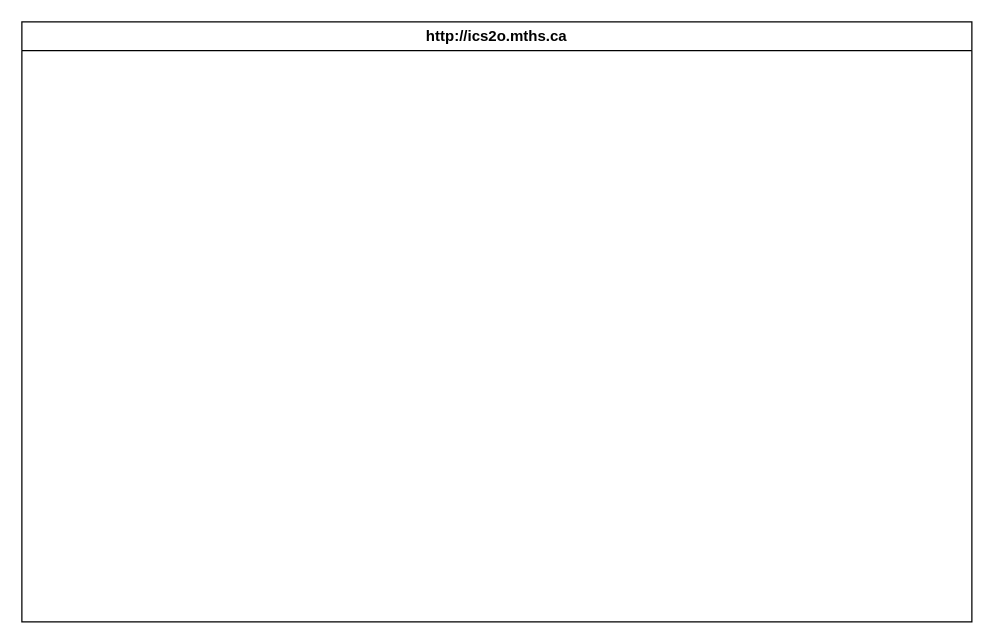
Before: design/storyboard.drawio in MTHS-ICD2O-1-2023/ICD2O-Unit-5-06-George-Khalil-29, a draw.io diagram. Source tidied: cells renumbered, new cells numbered last; positions are measured from the earlier drawing's top-left corner, leaving out a move shared by most shapes. Both pictures are drawn from the tidied source at 125%, with x=0, y=0 at pixel (21, 21).
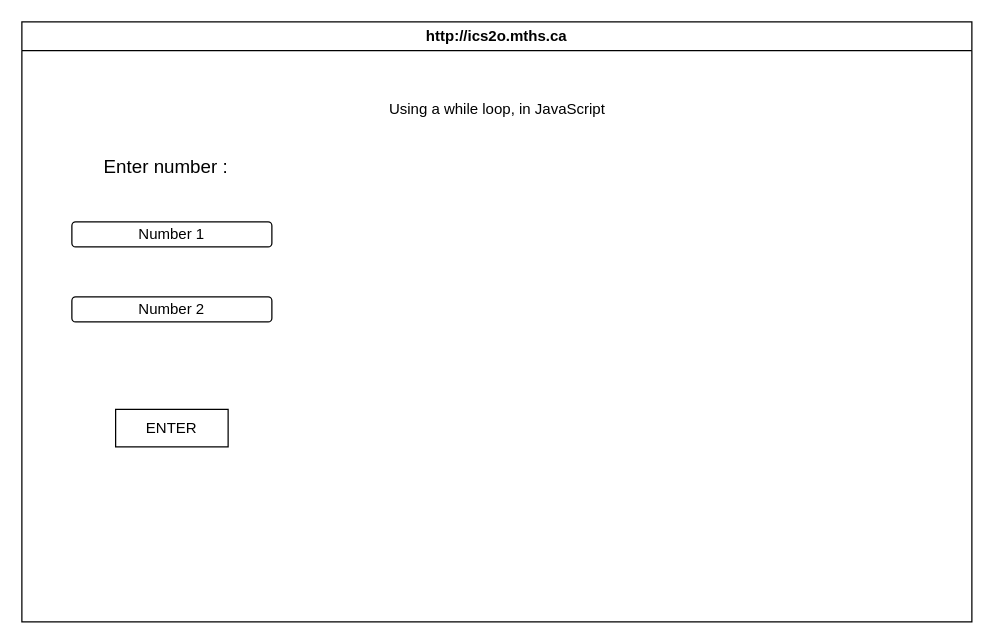
The same diagram, later.

Diff of the diagram source:
```diff
@@
 <mxGraphModel>
   <root>
     <mxCell id="0" />
     <mxCell id="1" parent="0" />
     <mxCell id="2" value="http://ics2o.mths.ca" style="swimlane;whiteSpace=wrap;html=1;" parent="1" vertex="1">
       <mxGeometry width="760" height="480" as="geometry" />
     </mxCell>
+    <mxCell id="3" value="Using a while loop, in JavaScript" style="text;html=1;align=center;verticalAlign=middle;strokeColor=none;fillColor=none;" parent="2" vertex="1">
+      <mxGeometry x="280" y="55" width="200" height="30" as="geometry" />
+    </mxCell>
+    <mxCell id="4" value="Number 1" style="rounded=1;whiteSpace=wrap;html=1;" parent="2" vertex="1">
+      <mxGeometry x="40" y="160" width="160" height="20" as="geometry" />
+    </mxCell>
+    <mxCell id="5" value="Number 2" style="rounded=1;whiteSpace=wrap;html=1;" parent="2" vertex="1">
+      <mxGeometry x="40" y="220" width="160" height="20" as="geometry" />
+    </mxCell>
+    <mxCell id="6" value="ENTER" style="rounded=0;whiteSpace=wrap;html=1;" parent="2" vertex="1">
+      <mxGeometry x="75" y="310" width="90" height="30" as="geometry" />
+    </mxCell>
+    <mxCell id="7" value="&lt;font style=&quot;font-size: 15px;&quot;&gt;Enter number :&lt;/font&gt;" style="text;html=1;align=center;verticalAlign=middle;strokeColor=none;fillColor=none;" parent="2" vertex="1">
+      <mxGeometry x="55" y="100" width="120" height="30" as="geometry" />
+    </mxCell>
   </root>
 </mxGraphModel>
```
